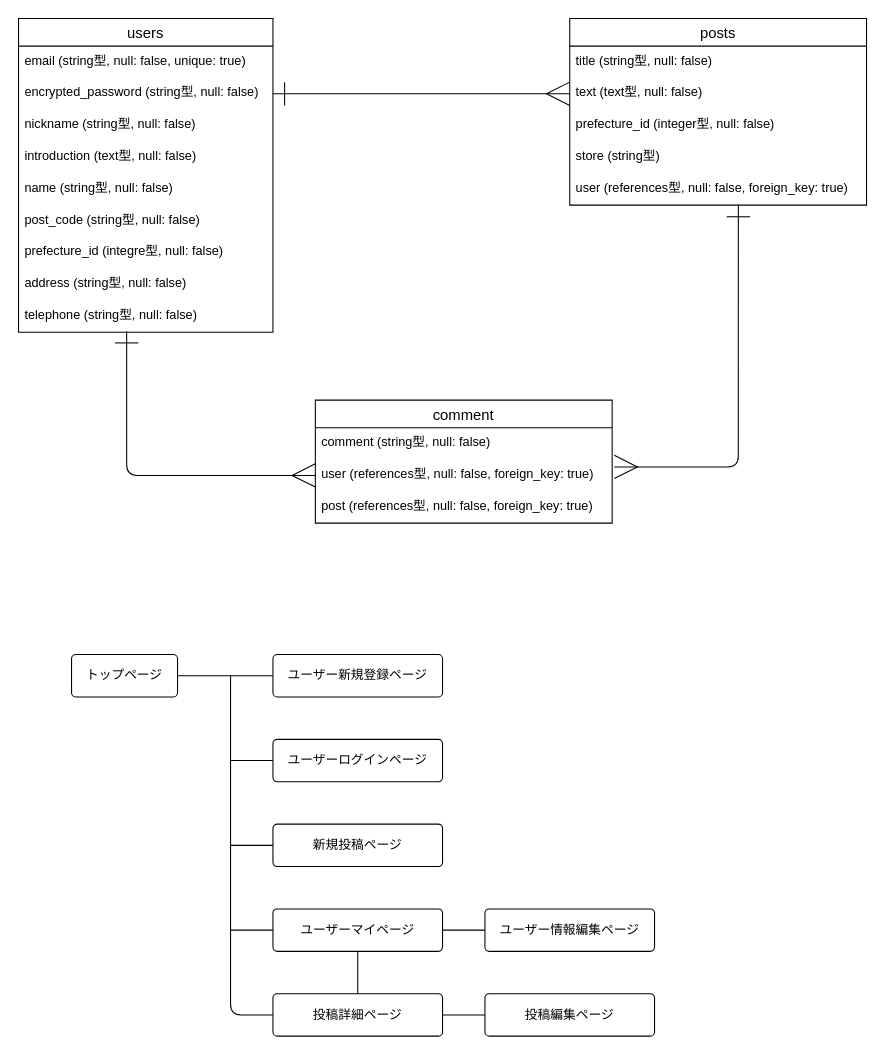
Above: nomonomo.dio in hayapi0208/nomonomo (draw.io), before the change. Source tidied: cells renumbered, new cells numbered last; positions are measured from the earlier drawing's top-left corner, leaving out a move shared by most shapes. Both pictures are drawn from the tidied source at 106%, with x=0, y=0 at pixel (18, 18).
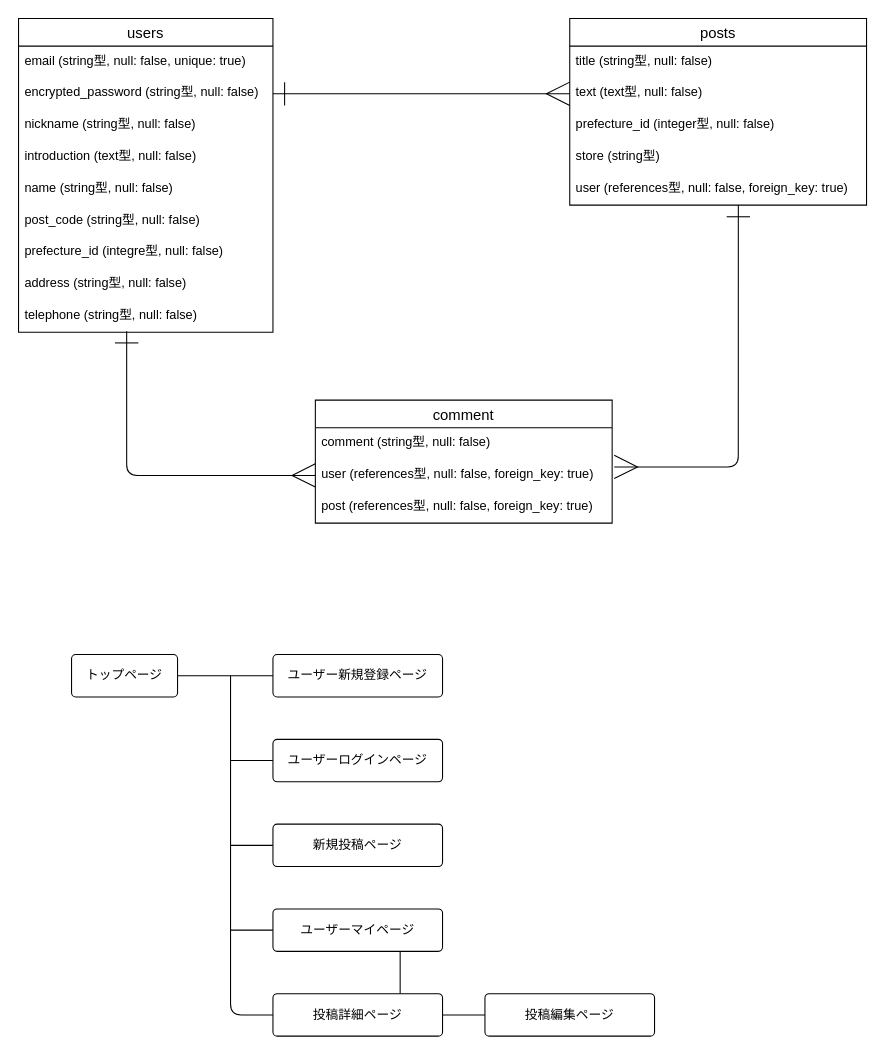
The same diagram, later.

Unchanged cells that the change refers to:
```xml
<mxCell id="35" value="投稿詳細ページ" style="rounded=1;arcSize=10;whiteSpace=wrap;html=1;align=center;" parent="1" vertex="1">
  <mxGeometry x="240" y="920" width="160" height="40" as="geometry" />
</mxCell>
<mxCell id="38" value="ユーザーマイページ" style="rounded=1;arcSize=10;whiteSpace=wrap;html=1;align=center;" parent="1" vertex="1">
  <mxGeometry x="240" y="840" width="160" height="40" as="geometry" />
</mxCell>
```

The edit, as a diff of the source:
```diff
@@
-    <mxCell id="34" style="edgeStyle=orthogonalEdgeStyle;html=1;exitX=0.5;exitY=0;exitDx=0;exitDy=0;entryX=0.5;entryY=1;entryDx=0;entryDy=0;endArrow=none;endFill=0;" parent="1" edge="1" source="35" target="38">
+    <mxCell id="34" style="edgeStyle=none;html=1;exitX=0.75;exitY=0;exitDx=0;exitDy=0;entryX=0.75;entryY=1;entryDx=0;entryDy=0;endArrow=none;endFill=0;" parent="1" edge="1" source="35" target="38">
       <mxGeometry relative="1" as="geometry" />
     </mxCell>
@@
-    <mxCell id="39" style="edgeStyle=orthogonalEdgeStyle;html=1;exitX=0;exitY=0.5;exitDx=0;exitDy=0;endArrow=none;endFill=0;" parent="1" edge="1" source="40" target="38">
-      <mxGeometry relative="1" as="geometry" />
-    </mxCell>
-    <mxCell id="40" value="ユーザー情報編集ページ" style="rounded=1;arcSize=10;whiteSpace=wrap;html=1;align=center;" parent="1" vertex="1">
-      <mxGeometry x="440" y="840" width="160" height="40" as="geometry" />
-    </mxCell>
```
